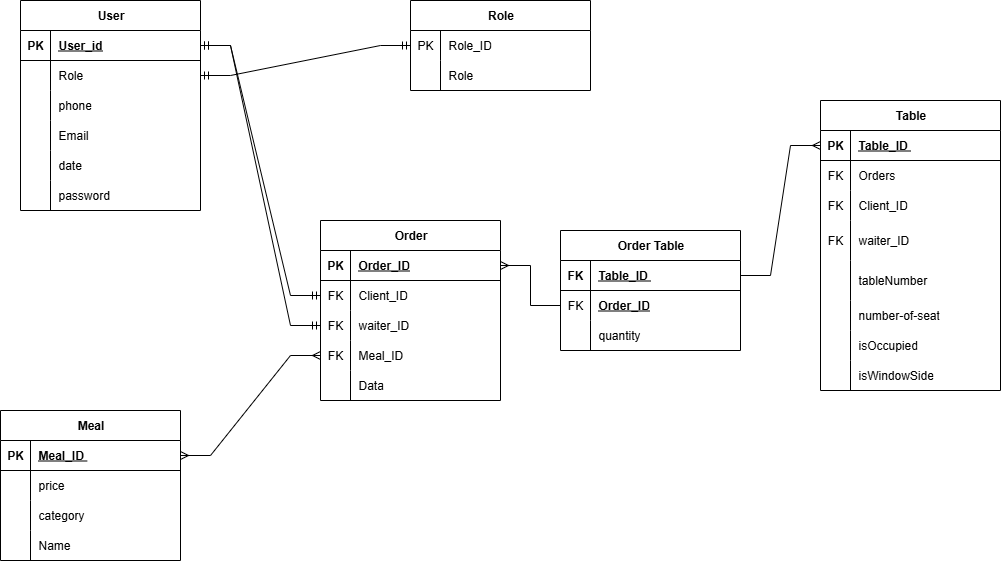
Earlier version of the draw.io export Diagrams/ERD5.drawio.png (EyasSh/Resturant). Source tidied: cells renumbered, new cells last; positions are measured from the earlier drawing's top-left corner, leaving out a move shared by most shapes.
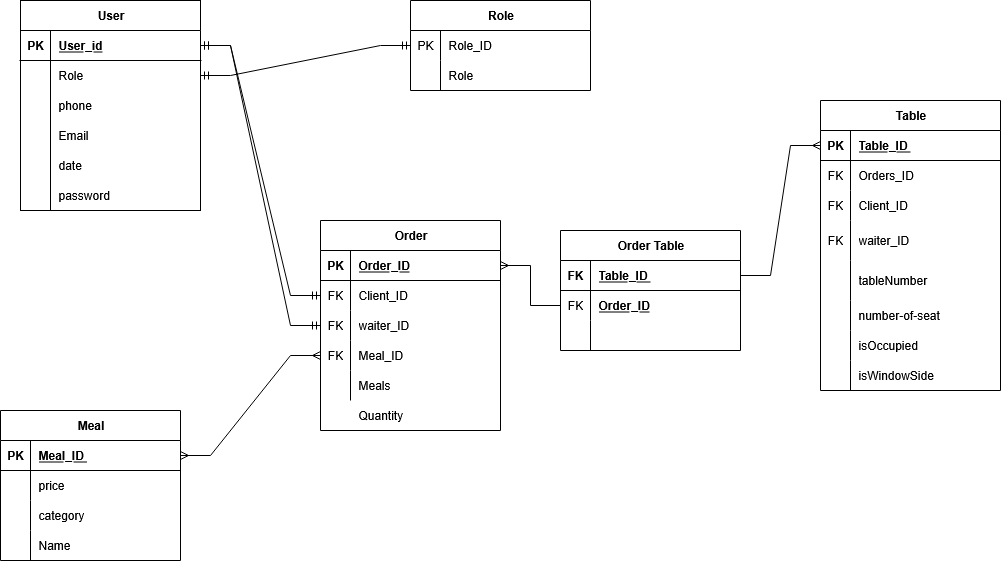
After the commit.

The edit, as a diff of the source:
```diff
@@ -77,7 +77,7 @@
     <mxCell id="26" value="FK" style="shape=partialRectangle;fillColor=none;top=0;left=0;bottom=0;right=0;overflow=hidden;whiteSpace=wrap;html=1;" parent="25" vertex="1">
       <mxGeometry width="30" height="30" as="geometry" />
     </mxCell>
-    <mxCell id="27" value="Orders" style="shape=partialRectangle;fillColor=none;top=0;left=0;bottom=0;right=0;align=left;spacingLeft=6;overflow=hidden;whiteSpace=wrap;html=1;" parent="25" vertex="1">
+    <mxCell id="27" value="Orders_ID" style="shape=partialRectangle;fillColor=none;top=0;left=0;bottom=0;right=0;align=left;spacingLeft=6;overflow=hidden;whiteSpace=wrap;html=1;" parent="25" vertex="1">
       <mxGeometry x="30" width="150" height="30" as="geometry" />
     </mxCell>
     <mxCell id="28" style="shape=tableRow;horizontal=0;startSize=0;swimlaneHead=0;swimlaneBody=0;fillColor=none;top=0;left=0;right=0;bottom=0;" parent="21" vertex="1">
@@ -135,7 +135,7 @@
       <mxGeometry x="30" width="150" height="30" as="geometry" />
     </mxCell>
     <mxCell id="46" value="Order" style="shape=table;startSize=30;rowLines=0;fontStyle=1;align=center;html=1;" parent="1" vertex="1">
-      <mxGeometry x="320" y="220" width="180" height="180" as="geometry" />
+      <mxGeometry x="320" y="220" width="180" height="210" as="geometry" />
     </mxCell>
     <mxCell id="47" style="shape=tableRow;horizontal=0;startSize=0;swimlaneHead=0;swimlaneBody=0;fillColor=none;points=[[0,0.5],[1,0.5]];portConstraint=eastwest;top=0;left=0;right=0;bottom=1;" parent="46" vertex="1">
       <mxGeometry y="30" width="180" height="30" as="geometry" />
@@ -179,7 +179,7 @@
     <mxCell id="60" style="shape=partialRectangle;fillColor=none;top=0;left=0;bottom=0;right=0;overflow=hidden;whiteSpace=wrap;html=1;" parent="59" vertex="1">
       <mxGeometry width="30" height="30" as="geometry" />
     </mxCell>
-    <mxCell id="61" value="Data" style="shape=partialRectangle;fillColor=none;top=0;left=0;bottom=0;right=0;align=left;spacingLeft=6;overflow=hidden;whiteSpace=wrap;html=1;" parent="59" vertex="1">
+    <mxCell id="61" value="Meals" style="shape=partialRectangle;fillColor=none;top=0;left=0;bottom=0;right=0;align=left;spacingLeft=6;overflow=hidden;whiteSpace=wrap;html=1;" parent="59" vertex="1">
       <mxGeometry x="30" width="150" height="30" as="geometry" />
     </mxCell>
     <mxCell id="62" value="Meal" style="shape=table;startSize=30;rowLines=0;fontStyle=1;align=center;html=1;" parent="1" vertex="1">
@@ -261,7 +261,7 @@
     <mxCell id="86" style="shape=partialRectangle;fillColor=none;top=0;left=0;bottom=0;right=0;overflow=hidden;whiteSpace=wrap;html=1;" parent="85" vertex="1">
       <mxGeometry width="30" height="30" as="geometry" />
     </mxCell>
-    <mxCell id="87" value="quantity" style="shape=partialRectangle;fillColor=none;top=0;left=0;bottom=0;right=0;align=left;spacingLeft=6;overflow=hidden;whiteSpace=wrap;html=1;" parent="85" vertex="1">
+    <mxCell id="87" style="shape=partialRectangle;fillColor=none;top=0;left=0;bottom=0;right=0;align=left;spacingLeft=6;overflow=hidden;whiteSpace=wrap;html=1;" parent="85" vertex="1">
       <mxGeometry x="30" width="150" height="30" as="geometry" />
     </mxCell>
     <mxCell id="88" style="edgeStyle=entityRelationEdgeStyle;fontSize=12;html=1;endArrow=ERmany;rounded=0;exitX=0;exitY=0.5;exitDx=0;exitDy=0;entryX=1;entryY=0.5;entryDx=0;entryDy=0;" parent="1" edge="1" source="82" target="47">
@@ -299,5 +299,8 @@
         </Array>
       </mxGeometry>
     </mxCell>
+    <mxCell id="98" value="Quantity" style="shape=partialRectangle;fillColor=none;top=0;left=0;bottom=0;right=0;align=left;spacingLeft=6;overflow=hidden;whiteSpace=wrap;html=1;" parent="1" vertex="1">
+      <mxGeometry x="350" y="400" width="150" height="30" as="geometry" />
+    </mxCell>
   </root>
 </mxGraphModel>
```
